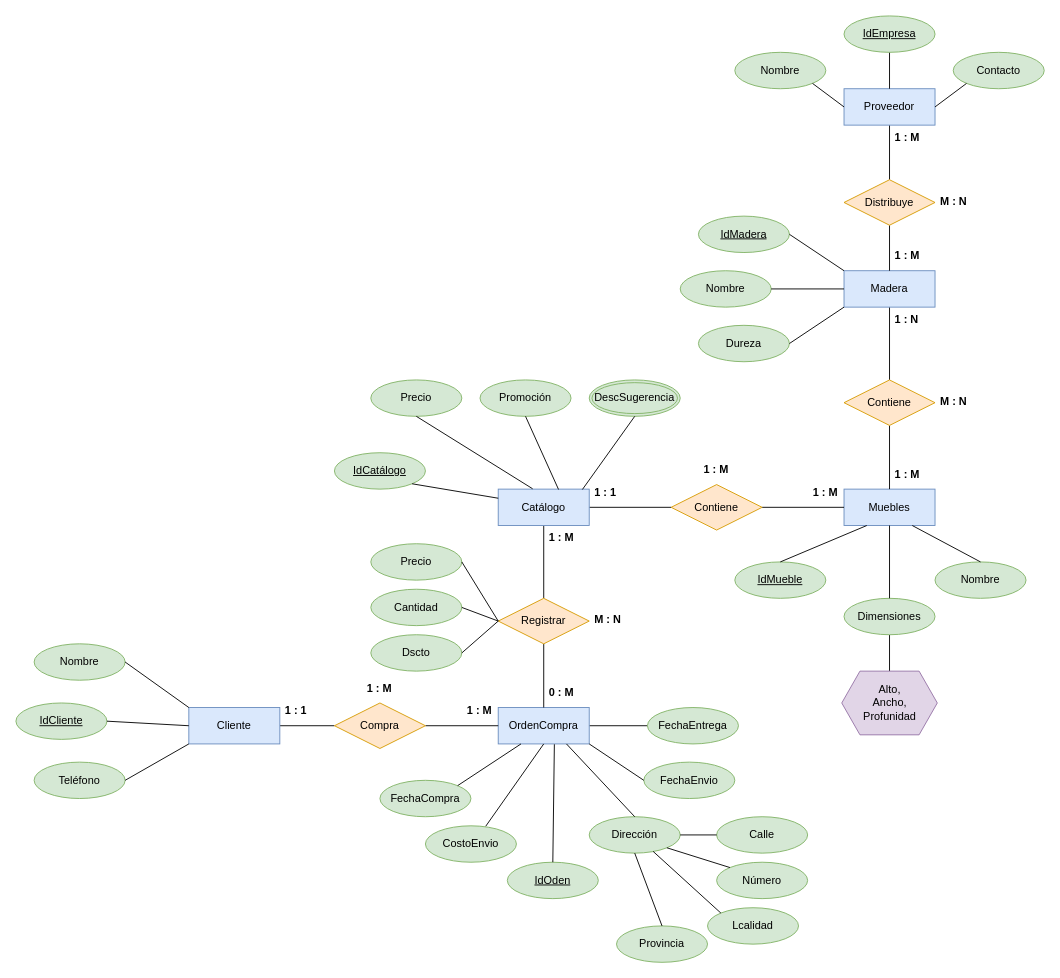
Above: Diagrama_2_TrabajoClase.drawio in AngelDavidStudios/Diagramas_BdD_1 (draw.io), before the change. Source tidied: cells renumbered, new cells numbered last; positions are measured from the earlier drawing's top-left corner, leaving out a move shared by most shapes. Both pictures are drawn from the tidied source at 91%, with x=0, y=0 at pixel (15, 15).
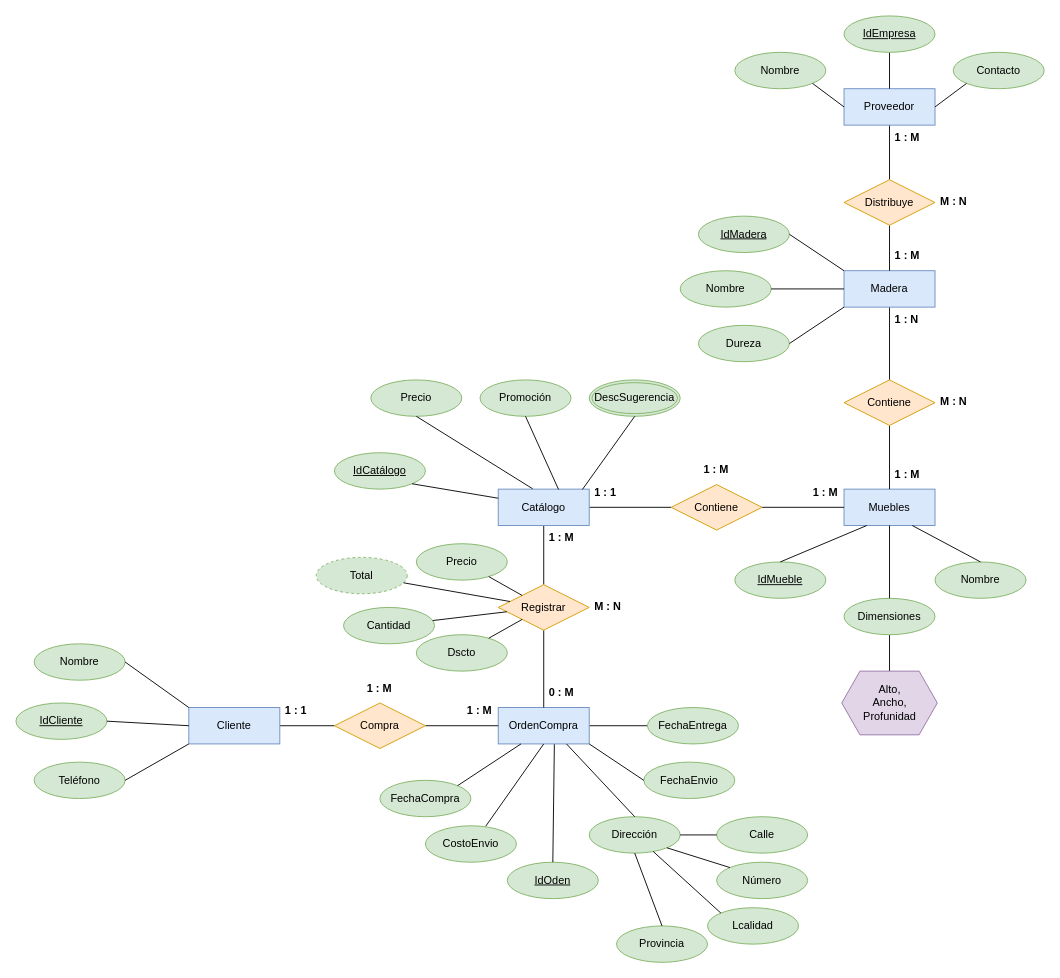
Above is the later version.

Diff of the diagram source:
```diff
@@
     <mxCell id="30" value="Registrar" style="shape=rhombus;perimeter=rhombusPerimeter;whiteSpace=wrap;html=1;align=center;fillColor=#ffe6cc;strokeColor=#d79b00;" parent="1" vertex="1">
-      <mxGeometry x="530" y="640" width="100" height="50" as="geometry" />
+      <mxGeometry x="530" y="625" width="100" height="50" as="geometry" />
     </mxCell>
     <mxCell id="31" value="M : N" style="text;strokeColor=none;fillColor=none;spacingLeft=4;spacingRight=4;overflow=hidden;fontSize=12;whiteSpace=wrap;html=1;fontStyle=1;" parent="1" vertex="1">
-      <mxGeometry x="630" y="650" width="40" height="30" as="geometry" />
+      <mxGeometry x="630" y="635" width="40" height="30" as="geometry" />
     </mxCell>
@@
     <mxCell id="91" value="Precio" style="ellipse;whiteSpace=wrap;html=1;align=center;fillColor=#d5e8d4;strokeColor=#82b366;" parent="1" vertex="1">
-      <mxGeometry x="390" y="580" width="100" height="40" as="geometry" />
+      <mxGeometry x="440" y="580" width="100" height="40" as="geometry" />
     </mxCell>
     <mxCell id="92" value="Cantidad" style="ellipse;whiteSpace=wrap;html=1;align=center;fillColor=#d5e8d4;strokeColor=#82b366;" parent="1" vertex="1">
-      <mxGeometry x="390" y="630" width="100" height="40" as="geometry" />
+      <mxGeometry x="360" y="650" width="100" height="40" as="geometry" />
     </mxCell>
     <mxCell id="93" value="Dscto" style="ellipse;whiteSpace=wrap;html=1;align=center;fillColor=#d5e8d4;strokeColor=#82b366;" parent="1" vertex="1">
-      <mxGeometry x="390" y="680" width="100" height="40" as="geometry" />
+      <mxGeometry x="440" y="680" width="100" height="40" as="geometry" />
     </mxCell>
-    <mxCell id="94" style="endArrow=none;html=1;rounded=0;exitX=1;exitY=0.5;exitDx=0;exitDy=0;entryX=0;entryY=0.5;entryDx=0;entryDy=0;" parent="1" edge="1" source="91" target="30">
+    <mxCell id="94" style="endArrow=none;html=1;rounded=0;" parent="1" edge="1" source="91" target="30">
       <mxGeometry relative="1" as="geometry" />
     </mxCell>
-    <mxCell id="95" style="endArrow=none;html=1;rounded=0;exitX=1;exitY=0.5;exitDx=0;exitDy=0;entryX=0;entryY=0.5;entryDx=0;entryDy=0;" parent="1" edge="1" source="92" target="30">
+    <mxCell id="95" style="endArrow=none;html=1;rounded=0;" parent="1" edge="1" source="92" target="30">
       <mxGeometry relative="1" as="geometry" />
     </mxCell>
-    <mxCell id="96" style="endArrow=none;html=1;rounded=0;exitX=1;exitY=0.5;exitDx=0;exitDy=0;entryX=0;entryY=0.5;entryDx=0;entryDy=0;" parent="1" edge="1" source="93" target="30">
+    <mxCell id="96" style="endArrow=none;html=1;rounded=0;" parent="1" edge="1" source="93" target="30">
       <mxGeometry relative="1" as="geometry" />
     </mxCell>
@@
+    <mxCell id="98" value="Total" style="ellipse;whiteSpace=wrap;html=1;align=center;fillColor=#d5e8d4;strokeColor=#82b366;dashed=1;" parent="1" vertex="1">
+      <mxGeometry x="330" y="595" width="100" height="40" as="geometry" />
+    </mxCell>
+    <mxCell id="99" style="endArrow=none;html=1;rounded=0;" parent="1" edge="1" source="98" target="30">
+      <mxGeometry relative="1" as="geometry" />
+    </mxCell>
```
